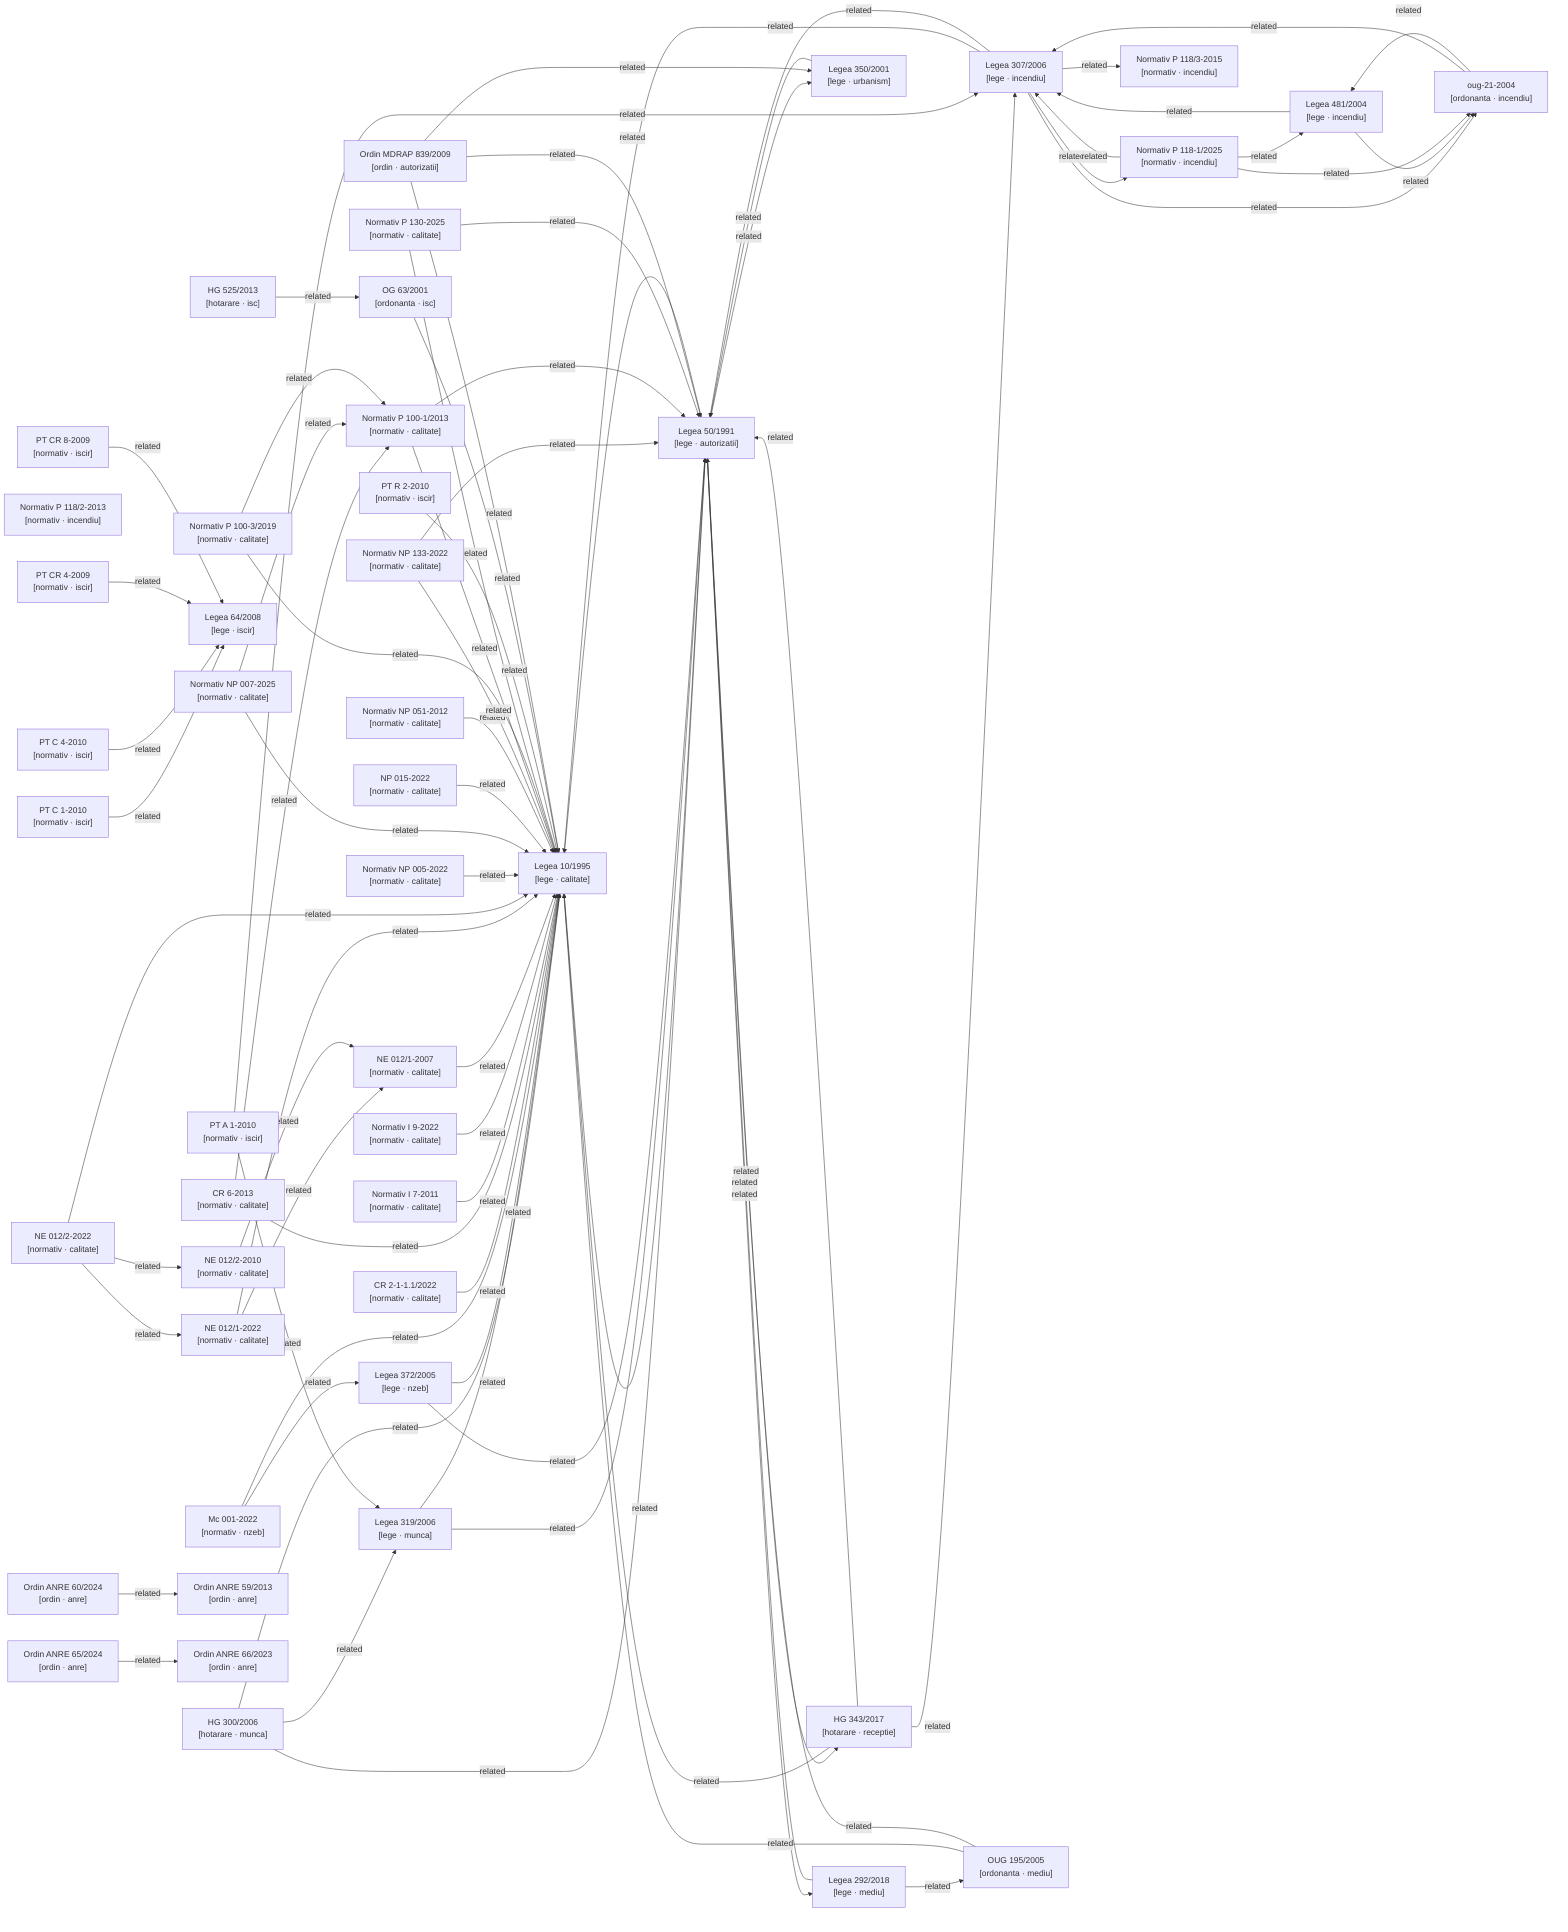
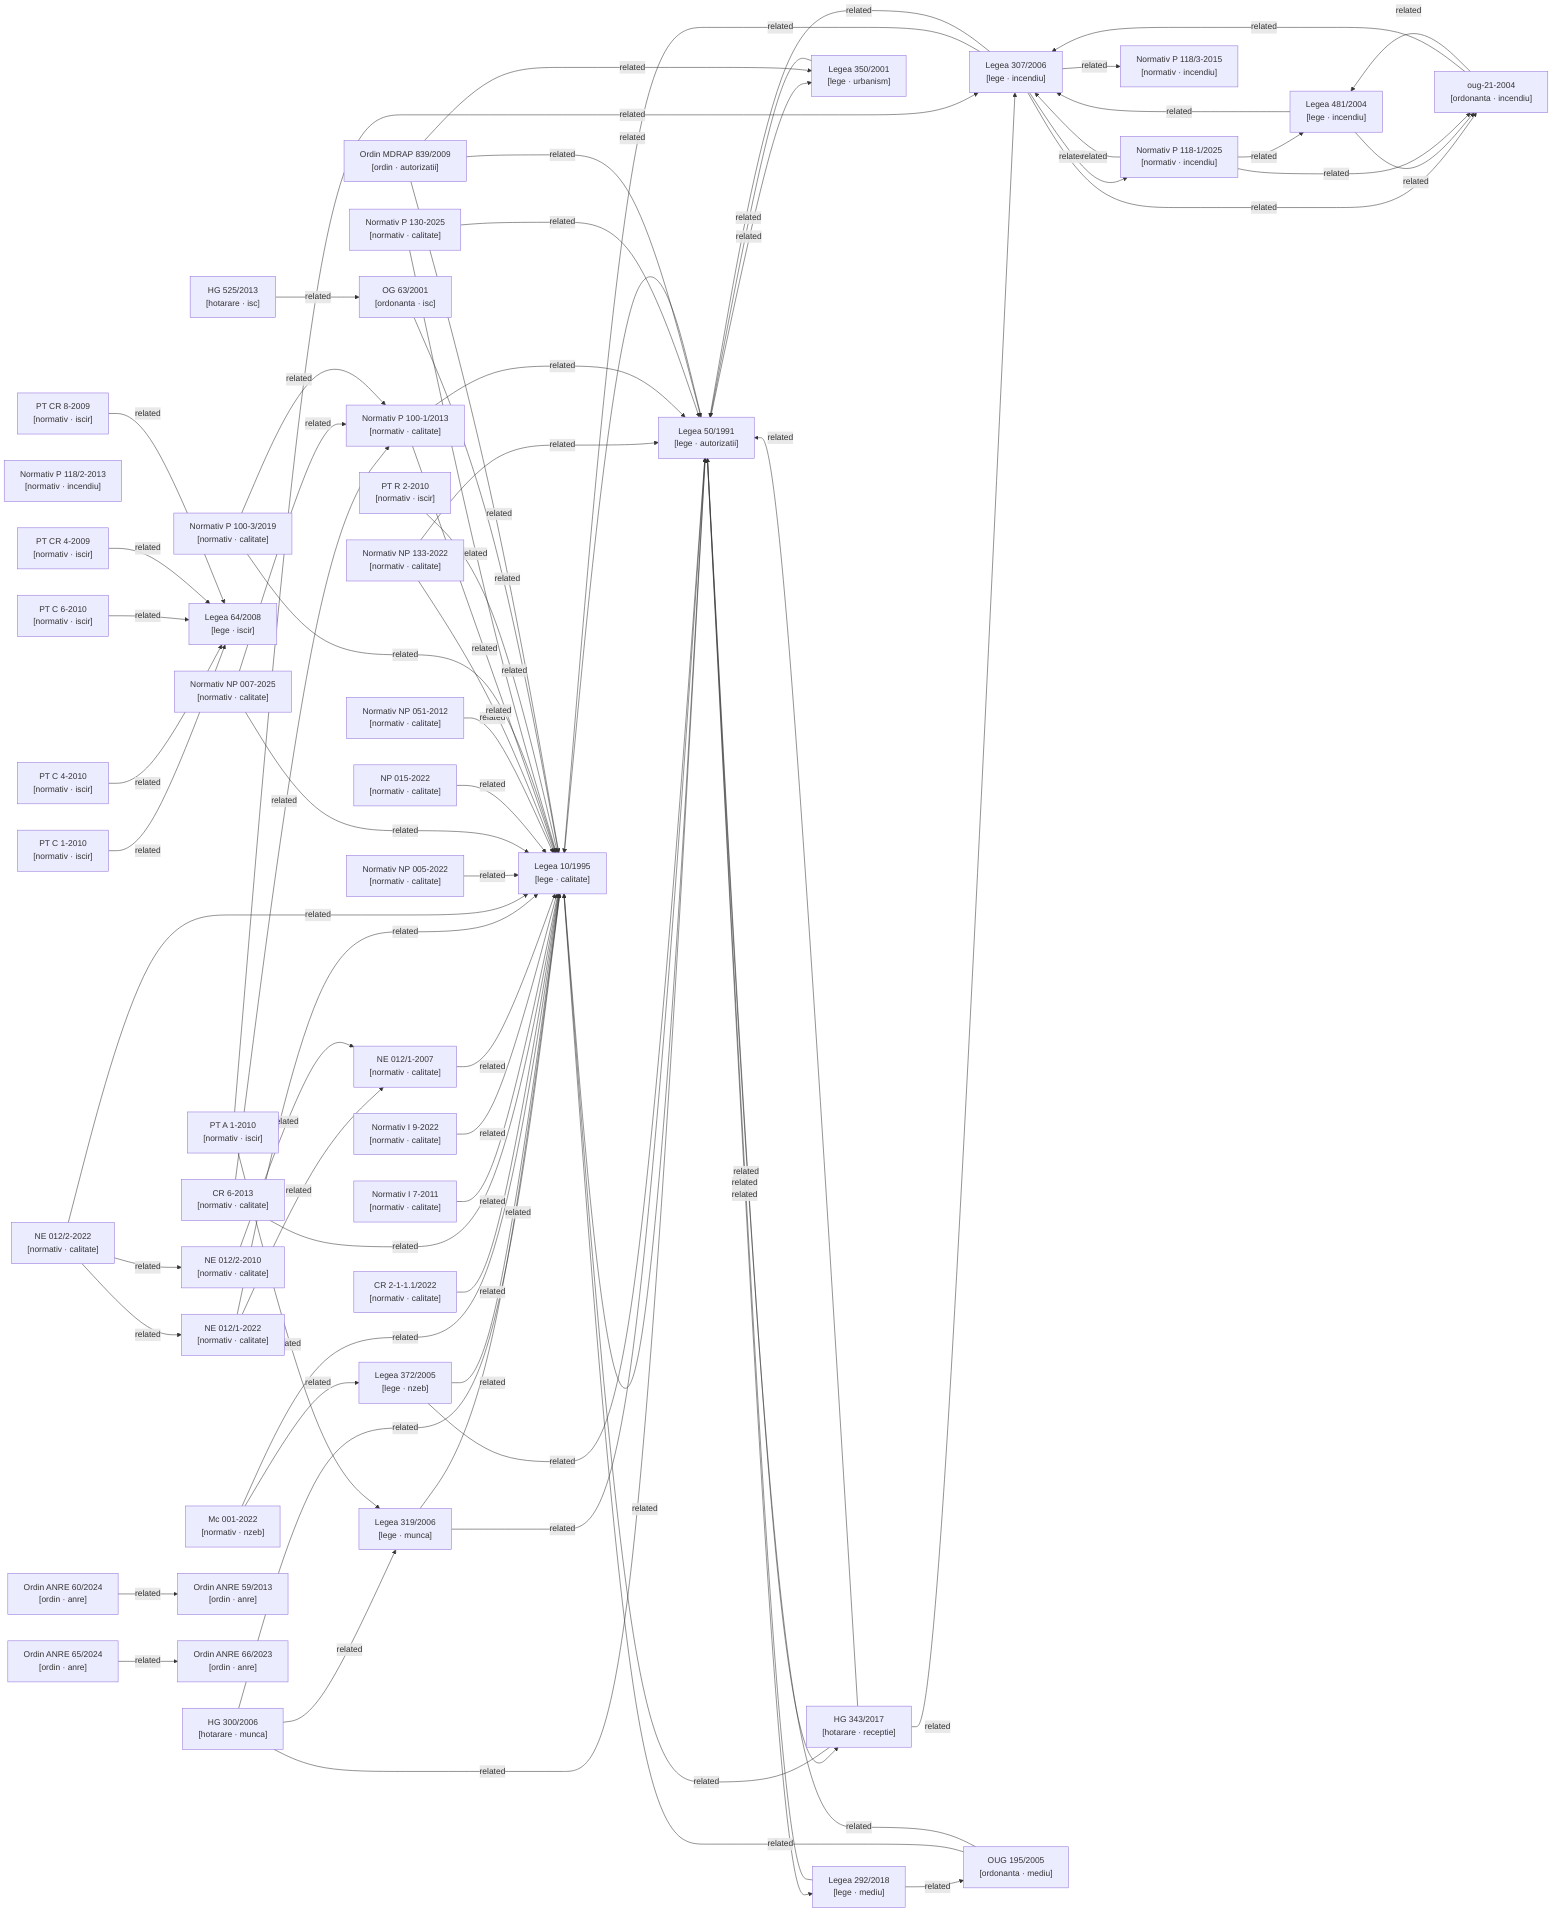
graph LR

  %% Nodes
  hg-300-2006["HG 300/2006\n[hotarare · munca]"]
  hg-343-2017["HG 343/2017\n[hotarare · receptie]"]
  hg-525-2013["HG 525/2013\n[hotarare · isc]"]
  lege-10-1995["Legea 10/1995\n[lege · calitate]"]
  lege-292-2018["Legea 292/2018\n[lege · mediu]"]
  lege-307-2006["Legea 307/2006\n[lege · incendiu]"]
  lege-319-2006["Legea 319/2006\n[lege · munca]"]
  lege-350-2001["Legea 350/2001\n[lege · urbanism]"]
  lege-372-2005["Legea 372/2005\n[lege · nzeb]"]
  lege-481-2004["Legea 481/2004\n[lege · incendiu]"]
  lege-50-1991["Legea 50/1991\n[lege · autorizatii]"]
  lege-64-2008["Legea 64/2008\n[lege · iscir]"]
  metodologie-mc001-2022["Mc 001-2022\n[normativ · nzeb]"]
  normativ-cr2-1-1-1-2022["CR 2-1-1.1/2022\n[normativ · calitate]"]
  normativ-cr6-2013["CR 6-2013\n[normativ · calitate]"]
  normativ-i7-2011["Normativ I 7-2011\n[normativ · calitate]"]
  normativ-i9-2022["Normativ I 9-2022\n[normativ · calitate]"]
  normativ-ne012-1-2007["NE 012/1-2007\n[normativ · calitate]"]
  normativ-ne012-1-2022["NE 012/1-2022\n[normativ · calitate]"]
  normativ-ne012-2-2010["NE 012/2-2010\n[normativ · calitate]"]
  normativ-ne012-2-2022["NE 012/2-2022\n[normativ · calitate]"]
  normativ-np005-2022["Normativ NP 005-2022\n[normativ · calitate]"]
  normativ-np007-2025["Normativ NP 007-2025\n[normativ · calitate]"]
  normativ-np015-2022["NP 015-2022\n[normativ · calitate]"]
  normativ-np051-2012["Normativ NP 051-2012\n[normativ · calitate]"]
  normativ-np133-2022["Normativ NP 133-2022\n[normativ · calitate]"]
  normativ-p100-1-2013["Normativ P 100-1/2013\n[normativ · calitate]"]
  normativ-p100-3-2019["Normativ P 100-3/2019\n[normativ · calitate]"]
  normativ-p118-1-2025["Normativ P 118-1/2025\n[normativ · incendiu]"]
  normativ-p118-2-2013["Normativ P 118/2-2013\n[normativ · incendiu]"]
  normativ-p118-3-2015["Normativ P 118/3-2015\n[normativ · incendiu]"]
  normativ-p130-2025["Normativ P 130-2025\n[normativ · calitate]"]
  normativ-pt-a1-2010["PT A 1-2010\n[normativ · iscir]"]
  normativ-pt-c1-2010["PT C 1-2010\n[normativ · iscir]"]
  normativ-pt-c4-2010["PT C 4-2010\n[normativ · iscir]"]
+   normativ-pt-c6-2010["PT C 6-2010\n[normativ · iscir]"]
  normativ-pt-cr4-2009["PT CR 4-2009\n[normativ · iscir]"]
  normativ-pt-cr8-2009["PT CR 8-2009\n[normativ · iscir]"]
  normativ-pt-r2-2010["PT R 2-2010\n[normativ · iscir]"]
  og-63-2001["OG 63/2001\n[ordonanta · isc]"]
  ordin-839-2009["Ordin MDRAP 839/2009\n[ordin · autorizatii]"]
  ordin-anre-59-2013["Ordin ANRE 59/2013\n[ordin · anre]"]
  ordin-anre-60-2024["Ordin ANRE 60/2024\n[ordin · anre]"]
  ordin-anre-65-2024["Ordin ANRE 65/2024\n[ordin · anre]"]
  ordin-anre-66-2023["Ordin ANRE 66/2023\n[ordin · anre]"]
  oug-195-2005["OUG 195/2005\n[ordonanta · mediu]"]
  oug-21-2004["oug-21-2004\n[ordonanta · incendiu]"]

  %% Confirmed relationships (from metadata related_acts)
  hg-300-2006 -->|related| lege-10-1995
  hg-300-2006 -->|related| lege-319-2006
  hg-300-2006 -->|related| lege-50-1991
  hg-343-2017 -->|related| lege-10-1995
  hg-343-2017 -->|related| lege-307-2006
  hg-343-2017 -->|related| lege-50-1991
  hg-525-2013 -->|related| og-63-2001
  lege-10-1995 -->|related| lege-50-1991
  lege-292-2018 -->|related| lege-50-1991
  lege-292-2018 -->|related| oug-195-2005
  lege-307-2006 -->|related| lege-10-1995
  lege-307-2006 -->|related| lege-50-1991
  lege-307-2006 -->|related| normativ-p118-1-2025
  lege-307-2006 -->|related| normativ-p118-3-2015
  lege-307-2006 -->|related| oug-21-2004
  lege-319-2006 -->|related| lege-10-1995
  lege-319-2006 -->|related| lege-50-1991
  lege-350-2001 -->|related| lege-50-1991
  lege-372-2005 -->|related| lege-10-1995
  lege-372-2005 -->|related| lege-50-1991
  lege-481-2004 -->|related| lege-307-2006
  lege-481-2004 -->|related| oug-21-2004
  lege-50-1991 -->|related| hg-343-2017
  lege-50-1991 -->|related| lege-10-1995
  lege-50-1991 -->|related| lege-292-2018
  lege-50-1991 -->|related| lege-350-2001
  metodologie-mc001-2022 -->|related| lege-10-1995
  metodologie-mc001-2022 -->|related| lege-372-2005
  normativ-cr2-1-1-1-2022 -->|related| lege-10-1995
  normativ-cr6-2013 -->|related| lege-10-1995
  normativ-cr6-2013 -->|related| normativ-p100-1-2013
  normativ-i7-2011 -->|related| lege-10-1995
  normativ-i9-2022 -->|related| lege-10-1995
  normativ-ne012-1-2007 -->|related| lege-10-1995
  normativ-ne012-1-2022 -->|related| lege-10-1995
  normativ-ne012-1-2022 -->|related| normativ-ne012-1-2007
  normativ-ne012-2-2010 -->|related| normativ-ne012-1-2007
  normativ-ne012-2-2022 -->|related| lege-10-1995
  normativ-ne012-2-2022 -->|related| normativ-ne012-1-2022
  normativ-ne012-2-2022 -->|related| normativ-ne012-2-2010
  normativ-np005-2022 -->|related| lege-10-1995
  normativ-np007-2025 -->|related| lege-10-1995
  normativ-np007-2025 -->|related| normativ-p100-1-2013
  normativ-np015-2022 -->|related| lege-10-1995
  normativ-np051-2012 -->|related| lege-10-1995
  normativ-np133-2022 -->|related| lege-10-1995
  normativ-np133-2022 -->|related| lege-50-1991
  normativ-p100-1-2013 -->|related| lege-10-1995
  normativ-p100-1-2013 -->|related| lege-50-1991
  normativ-p100-3-2019 -->|related| lege-10-1995
  normativ-p100-3-2019 -->|related| normativ-p100-1-2013
  normativ-p118-1-2025 -->|related| lege-307-2006
  normativ-p118-1-2025 -->|related| lege-481-2004
  normativ-p118-1-2025 -->|related| oug-21-2004
  normativ-p130-2025 -->|related| lege-10-1995
  normativ-p130-2025 -->|related| lege-50-1991
  normativ-pt-a1-2010 -->|related| lege-307-2006
  normativ-pt-a1-2010 -->|related| lege-319-2006
  normativ-pt-c1-2010 -->|related| lege-64-2008
  normativ-pt-c4-2010 -->|related| lege-64-2008
+   normativ-pt-c6-2010 -->|related| lege-64-2008
  normativ-pt-cr4-2009 -->|related| lege-64-2008
  normativ-pt-cr8-2009 -->|related| lege-64-2008
  normativ-pt-r2-2010 -->|related| lege-10-1995
  og-63-2001 -->|related| lege-10-1995
  ordin-839-2009 -->|related| lege-10-1995
  ordin-839-2009 -->|related| lege-350-2001
  ordin-839-2009 -->|related| lege-50-1991
  ordin-anre-60-2024 -->|related| ordin-anre-59-2013
  ordin-anre-65-2024 -->|related| ordin-anre-66-2023
  oug-195-2005 -->|related| lege-10-1995
  oug-195-2005 -->|related| lege-50-1991
  oug-21-2004 -->|related| lege-307-2006
  oug-21-2004 -->|related| lege-481-2004

  %% Auto-detected relationships (needs_review)
